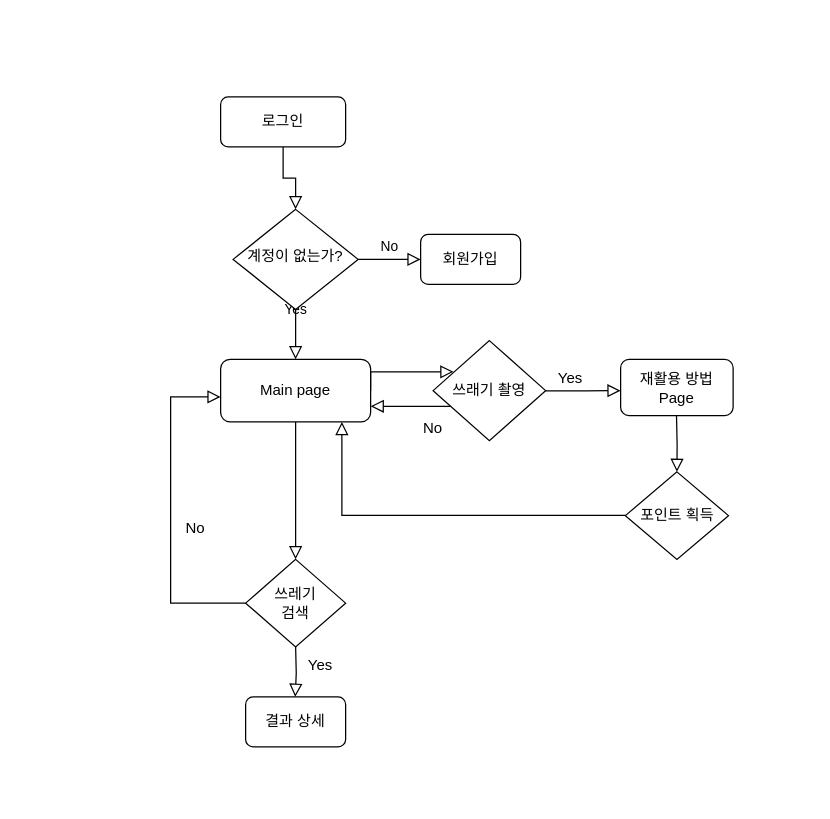
Earlier version of the draw.io diagram 제목 없는 다이어그램.drawio (TeamMiso/Miso_draw). Source tidied: cells renumbered, new cells numbered last; positions are measured from the earlier drawing's top-left corner, leaving out a move shared by most shapes. Both pictures are drawn from the tidied source at 125%, with x=0, y=0 at pixel (170, 96).
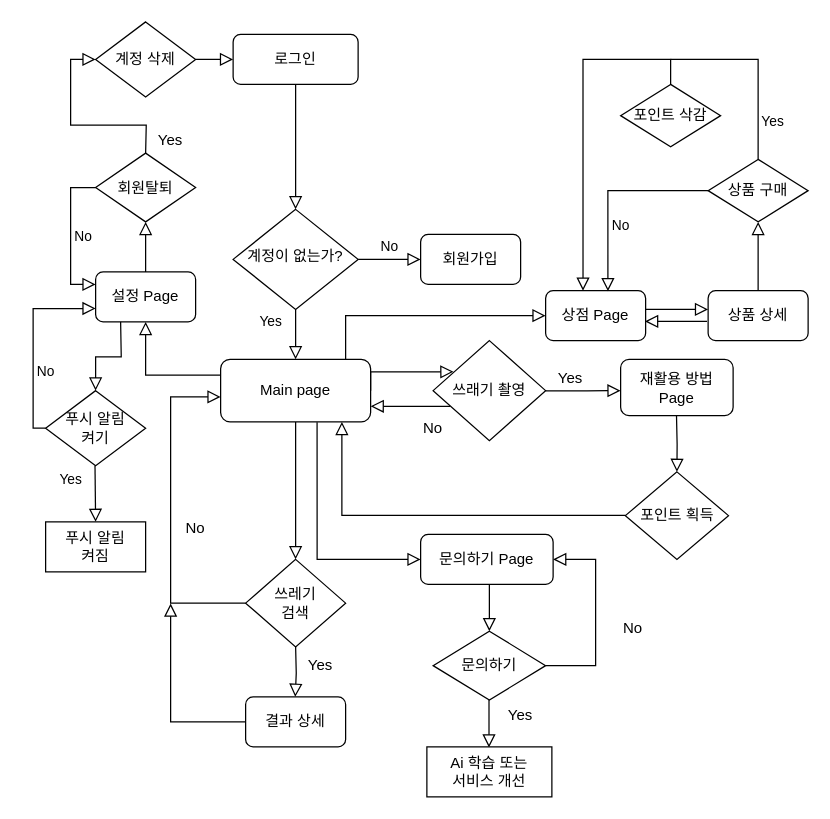
After the change.

Commit message:
제목 없는 다이어그램.drawio 업데이트

Unchanged cells that the change refers to:
```xml
<mxCell id="6" value="계정이 없는가?" style="rhombus;whiteSpace=wrap;html=1;shadow=0;fontFamily=Helvetica;fontSize=12;align=center;strokeWidth=1;spacing=6;spacingTop=-4;" parent="1" vertex="1">
  <mxGeometry x="50" y="90" width="100" height="80" as="geometry" />
</mxCell>
<mxCell id="9" value="Main page" style="rounded=1;whiteSpace=wrap;html=1;" parent="1" vertex="1">
  <mxGeometry x="40" y="210" width="120" height="50" as="geometry" />
</mxCell>
<mxCell id="21" value="결과 상세" style="rounded=1;whiteSpace=wrap;html=1;" parent="1" vertex="1">
  <mxGeometry x="60" y="480" width="80" height="40" as="geometry" />
</mxCell>
```

What changed in the source:
```diff
@@
     <mxCell id="3" value="로그인" style="rounded=1;whiteSpace=wrap;html=1;fontSize=12;glass=0;strokeWidth=1;shadow=0;" parent="1" vertex="1">
-      <mxGeometry x="40" width="100" height="40" as="geometry" />
+      <mxGeometry x="50" y="-50" width="100" height="40" as="geometry" />
     </mxCell>
     <mxCell id="4" value="Yes" style="rounded=0;html=1;jettySize=auto;fontSize=11;endArrow=block;endFill=0;endSize=8;strokeWidth=1;shadow=0;labelBackgroundColor=none;edgeStyle=orthogonalEdgeStyle;" parent="1" edge="1" source="6">
-      <mxGeometry x="0.01" y="19" relative="1" as="geometry">
+      <mxGeometry x="-0.51" y="-20" relative="1" as="geometry">
         <mxPoint x="100" y="210" as="targetPoint" />
-        <mxPoint y="-1" as="offset" />
       </mxGeometry>
     </mxCell>
@@
+    <mxCell id="26" style="edgeStyle=orthogonalEdgeStyle;rounded=0;html=1;jettySize=auto;fontSize=11;endArrow=block;endFill=0;endSize=8;strokeWidth=1;shadow=0;labelBackgroundColor=none;exitX=0;exitY=0.5;exitDx=0;exitDy=0;" parent="1" edge="1" source="21">
+      <mxGeometry y="10" relative="1" as="geometry">
+        <mxPoint y="405.3" as="targetPoint" />
+        <Array as="points">
+          <mxPoint y="500" />
+        </Array>
+      </mxGeometry>
+    </mxCell>
+    <mxCell id="27" value="문의하기 Page" style="rounded=1;whiteSpace=wrap;html=1;" parent="1" vertex="1">
+      <mxGeometry x="200" y="350" width="106" height="40" as="geometry" />
+    </mxCell>
+    <mxCell id="28" style="edgeStyle=orthogonalEdgeStyle;rounded=0;html=1;jettySize=auto;fontSize=11;endArrow=block;endFill=0;endSize=8;strokeWidth=1;shadow=0;labelBackgroundColor=none;exitX=0.643;exitY=1.005;exitDx=0;exitDy=0;exitPerimeter=0;" parent="1" edge="1" source="9" target="27">
+      <mxGeometry y="10" relative="1" as="geometry">
+        <Array as="points">
+          <mxPoint x="117" y="370" />
+        </Array>
+      </mxGeometry>
+    </mxCell>
+    <mxCell id="29" value="문의하기" style="rhombus;whiteSpace=wrap;html=1;" parent="1" vertex="1">
+      <mxGeometry x="210" y="427.5" width="90" height="55" as="geometry" />
+    </mxCell>
+    <mxCell id="30" style="rounded=0;html=1;jettySize=auto;fontSize=11;endArrow=block;endFill=0;endSize=8;strokeWidth=1;shadow=0;labelBackgroundColor=none;edgeStyle=orthogonalEdgeStyle;entryX=0.5;entryY=0;entryDx=0;entryDy=0;" parent="1" edge="1" target="29">
+      <mxGeometry x="-0.1" y="-10" relative="1" as="geometry">
+        <mxPoint x="255" y="390" as="sourcePoint" />
+      </mxGeometry>
+    </mxCell>
+    <mxCell id="31" value="Yes" style="text;html=1;strokeColor=none;fillColor=none;align=center;verticalAlign=middle;whiteSpace=wrap;rounded=0;" parent="1" vertex="1">
+      <mxGeometry x="260" y="490" width="40" height="10" as="geometry" />
+    </mxCell>
+    <mxCell id="32" style="edgeStyle=orthogonalEdgeStyle;rounded=0;html=1;jettySize=auto;fontSize=11;endArrow=block;endFill=0;endSize=8;strokeWidth=1;shadow=0;labelBackgroundColor=none;exitX=1;exitY=0.5;exitDx=0;exitDy=0;entryX=1;entryY=0.5;entryDx=0;entryDy=0;" parent="1" edge="1" source="29" target="27">
+      <mxGeometry y="10" relative="1" as="geometry">
+        <Array as="points">
+          <mxPoint x="340" y="455" />
+          <mxPoint x="340" y="370" />
+        </Array>
+      </mxGeometry>
+    </mxCell>
+    <mxCell id="33" style="rounded=0;html=1;jettySize=auto;orthogonalLoop=1;fontSize=11;endArrow=block;endFill=0;endSize=8;strokeWidth=1;shadow=0;labelBackgroundColor=none;edgeStyle=orthogonalEdgeStyle;entryX=0.5;entryY=0;entryDx=0;entryDy=0;" parent="1" edge="1">
+      <mxGeometry x="-0.1" y="-10" relative="1" as="geometry">
+        <mxPoint x="254.7" y="482.5" as="sourcePoint" />
+        <mxPoint x="254.7" y="520.5" as="targetPoint" />
+      </mxGeometry>
+    </mxCell>
+    <mxCell id="34" value="No" style="text;html=1;strokeColor=none;fillColor=none;align=center;verticalAlign=middle;whiteSpace=wrap;rounded=0;" parent="1" vertex="1">
+      <mxGeometry x="350" y="420" width="40" height="10" as="geometry" />
+    </mxCell>
+    <mxCell id="35" value="Ai 학습 또는&lt;br&gt;서비스 개선" style="rounded=0;whiteSpace=wrap;html=1;" parent="1" vertex="1">
+      <mxGeometry x="205" y="520" width="100" height="40" as="geometry" />
+    </mxCell>
+    <mxCell id="36" value="상점 Page" style="rounded=1;whiteSpace=wrap;html=1;fontSize=12;glass=0;strokeWidth=1;shadow=0;" parent="1" vertex="1">
+      <mxGeometry x="300" y="155" width="80" height="40" as="geometry" />
+    </mxCell>
+    <mxCell id="37" style="edgeStyle=orthogonalEdgeStyle;rounded=0;html=1;jettySize=auto;fontSize=11;endArrow=block;endFill=0;endSize=8;strokeWidth=1;shadow=0;labelBackgroundColor=none;entryX=0;entryY=0.5;entryDx=0;entryDy=0;" parent="1" edge="1" target="36">
+      <mxGeometry y="10" relative="1" as="geometry">
+        <mxPoint x="140" y="210" as="sourcePoint" />
+        <Array as="points">
+          <mxPoint x="140" y="175" />
+        </Array>
+      </mxGeometry>
+    </mxCell>
+    <mxCell id="38" value="상품 상세" style="rounded=1;whiteSpace=wrap;html=1;fontSize=12;glass=0;strokeWidth=1;shadow=0;" parent="1" vertex="1">
+      <mxGeometry x="430" y="155" width="80" height="40" as="geometry" />
+    </mxCell>
+    <mxCell id="39" style="edgeStyle=orthogonalEdgeStyle;rounded=0;html=1;jettySize=auto;orthogonalLoop=1;fontSize=11;endArrow=block;endFill=0;endSize=8;strokeWidth=1;shadow=0;labelBackgroundColor=none;" parent="1" edge="1">
+      <mxGeometry y="10" relative="1" as="geometry">
+        <mxPoint x="380" y="170" as="sourcePoint" />
+        <mxPoint x="430" y="170" as="targetPoint" />
+      </mxGeometry>
+    </mxCell>
+    <mxCell id="40" style="edgeStyle=orthogonalEdgeStyle;rounded=0;html=1;jettySize=auto;fontSize=11;endArrow=block;endFill=0;endSize=8;strokeWidth=1;shadow=0;labelBackgroundColor=none;entryX=0.994;entryY=0.616;entryDx=0;entryDy=0;entryPerimeter=0;exitX=-0.011;exitY=0.616;exitDx=0;exitDy=0;exitPerimeter=0;" parent="1" edge="1" source="38" target="36">
+      <mxGeometry y="10" relative="1" as="geometry" />
+    </mxCell>
+    <mxCell id="41" value="상품 구매" style="rhombus;whiteSpace=wrap;html=1;" parent="1" vertex="1">
+      <mxGeometry x="430" y="50" width="80" height="50" as="geometry" />
+    </mxCell>
+    <mxCell id="42" value="No" style="edgeStyle=orthogonalEdgeStyle;rounded=0;html=1;jettySize=auto;fontSize=11;endArrow=block;endFill=0;endSize=8;strokeWidth=1;shadow=0;labelBackgroundColor=none;entryX=0.623;entryY=0.012;entryDx=0;entryDy=0;entryPerimeter=0;" parent="1" edge="1" source="41" target="36">
+      <mxGeometry x="0.35" y="10" relative="1" as="geometry" />
+    </mxCell>
+    <mxCell id="43" style="edgeStyle=orthogonalEdgeStyle;rounded=0;html=1;jettySize=auto;fontSize=11;endArrow=block;endFill=0;endSize=8;strokeWidth=1;shadow=0;labelBackgroundColor=none;entryX=0.5;entryY=1;entryDx=0;entryDy=0;exitX=0.5;exitY=0;exitDx=0;exitDy=0;" parent="1" edge="1" source="38" target="41">
+      <mxGeometry y="10" relative="1" as="geometry" />
+    </mxCell>
+    <mxCell id="44" value="&amp;nbsp;Yes" style="rounded=0;html=1;jettySize=auto;fontSize=11;endArrow=block;endFill=0;endSize=8;strokeWidth=1;shadow=0;labelBackgroundColor=none;edgeStyle=orthogonalEdgeStyle;entryX=0.374;entryY=0.003;entryDx=0;entryDy=0;exitX=0.5;exitY=0;exitDx=0;exitDy=0;entryPerimeter=0;" parent="1" edge="1" source="45" target="36">
+      <mxGeometry x="-1" y="-85" relative="1" as="geometry">
+        <mxPoint x="-5" y="30" as="offset" />
+      </mxGeometry>
+    </mxCell>
+    <mxCell id="45" value="포인트 삭감" style="rhombus;whiteSpace=wrap;html=1;" parent="1" vertex="1">
+      <mxGeometry x="360" y="-10" width="80" height="50" as="geometry" />
+    </mxCell>
+    <mxCell id="46" value="설정 Page" style="rounded=1;whiteSpace=wrap;html=1;" parent="1" vertex="1">
+      <mxGeometry x="-60" y="140" width="80" height="40" as="geometry" />
+    </mxCell>
+    <mxCell id="47" style="rounded=0;html=1;jettySize=auto;fontSize=11;endArrow=block;endFill=0;endSize=8;strokeWidth=1;shadow=0;labelBackgroundColor=none;edgeStyle=orthogonalEdgeStyle;entryX=0.5;entryY=1;entryDx=0;entryDy=0;exitX=0;exitY=0.25;exitDx=0;exitDy=0;" parent="1" edge="1" source="9" target="46">
+      <mxGeometry relative="1" as="geometry" />
+    </mxCell>
+    <mxCell id="48" value="회원탈퇴" style="rhombus;whiteSpace=wrap;html=1;" parent="1" vertex="1">
+      <mxGeometry x="-60" y="45" width="80" height="55" as="geometry" />
+    </mxCell>
+    <mxCell id="49" style="rounded=0;html=1;jettySize=auto;fontSize=11;endArrow=block;endFill=0;endSize=8;strokeWidth=1;shadow=0;labelBackgroundColor=none;edgeStyle=orthogonalEdgeStyle;entryX=0.5;entryY=1;entryDx=0;entryDy=0;exitX=0.5;exitY=0;exitDx=0;exitDy=0;" parent="1" edge="1" source="46" target="48">
+      <mxGeometry relative="1" as="geometry" />
+    </mxCell>
+    <mxCell id="50" style="rounded=0;html=1;jettySize=auto;fontSize=11;endArrow=block;endFill=0;endSize=8;strokeWidth=1;shadow=0;labelBackgroundColor=none;edgeStyle=orthogonalEdgeStyle;entryX=0;entryY=0.5;entryDx=0;entryDy=0;" parent="1" edge="1" source="53" target="3">
+      <mxGeometry relative="1" as="geometry">
+        <Array as="points">
+          <mxPoint x="-20" y="-30" />
+        </Array>
+      </mxGeometry>
+    </mxCell>
+    <mxCell id="51" value="Yes" style="text;html=1;strokeColor=none;fillColor=none;align=center;verticalAlign=middle;whiteSpace=wrap;rounded=0;" parent="1" vertex="1">
+      <mxGeometry x="-20" y="30" width="40" height="10" as="geometry" />
+    </mxCell>
+    <mxCell id="52" style="rounded=0;html=1;jettySize=auto;fontSize=11;endArrow=block;endFill=0;endSize=8;strokeWidth=1;shadow=0;labelBackgroundColor=none;edgeStyle=orthogonalEdgeStyle;entryX=0;entryY=0.5;entryDx=0;entryDy=0;" parent="1" edge="1" target="53">
+      <mxGeometry relative="1" as="geometry">
+        <mxPoint x="-20" y="45" as="sourcePoint" />
+      </mxGeometry>
+    </mxCell>
+    <mxCell id="53" value="계정 삭제" style="rhombus;whiteSpace=wrap;html=1;" parent="1" vertex="1">
+      <mxGeometry x="-60" y="-60" width="80" height="60" as="geometry" />
+    </mxCell>
+    <mxCell id="54" value="No" style="edgeStyle=orthogonalEdgeStyle;rounded=0;html=1;jettySize=auto;fontSize=11;endArrow=block;endFill=0;endSize=8;strokeWidth=1;shadow=0;labelBackgroundColor=none;entryX=0;entryY=0.25;entryDx=0;entryDy=0;exitX=0;exitY=0.5;exitDx=0;exitDy=0;" parent="1" edge="1" source="48" target="46">
+      <mxGeometry y="10" relative="1" as="geometry" />
+    </mxCell>
+    <mxCell id="55" value="푸시 알림&lt;br&gt;켜기" style="rhombus;whiteSpace=wrap;html=1;" parent="1" vertex="1">
+      <mxGeometry x="-100" y="235" width="80" height="60" as="geometry" />
+    </mxCell>
+    <mxCell id="56" style="rounded=0;html=1;jettySize=auto;fontSize=11;endArrow=block;endFill=0;endSize=8;strokeWidth=1;shadow=0;labelBackgroundColor=none;edgeStyle=orthogonalEdgeStyle;entryX=0.5;entryY=0;entryDx=0;entryDy=0;" parent="1" edge="1" target="55">
+      <mxGeometry x="0.28" y="-9" relative="1" as="geometry">
+        <mxPoint x="-40" y="180" as="sourcePoint" />
+      </mxGeometry>
+    </mxCell>
+    <mxCell id="57" value="No" style="edgeStyle=orthogonalEdgeStyle;rounded=0;html=1;jettySize=auto;fontSize=11;endArrow=block;endFill=0;endSize=8;strokeWidth=1;shadow=0;labelBackgroundColor=none;exitX=0;exitY=0.5;exitDx=0;exitDy=0;" parent="1" edge="1" source="55">
+      <mxGeometry x="-0.29" y="-10" relative="1" as="geometry">
+        <mxPoint x="-60" y="169.3" as="targetPoint" />
+        <Array as="points">
+          <mxPoint x="-110" y="265" />
+          <mxPoint x="-110" y="170" />
+          <mxPoint x="-60" y="170" />
+        </Array>
+      </mxGeometry>
+    </mxCell>
+    <mxCell id="58" value="Yes" style="rounded=0;html=1;jettySize=auto;fontSize=11;endArrow=block;endFill=0;endSize=8;strokeWidth=1;shadow=0;labelBackgroundColor=none;edgeStyle=orthogonalEdgeStyle;entryX=0.5;entryY=0;entryDx=0;entryDy=0;" parent="1" edge="1" target="59">
+      <mxGeometry x="-0.51" y="-20" relative="1" as="geometry">
+        <mxPoint x="-60.5" y="295" as="sourcePoint" />
+      </mxGeometry>
+    </mxCell>
+    <mxCell id="59" value="푸시 알림&lt;br&gt;켜짐" style="rounded=0;whiteSpace=wrap;html=1;" parent="1" vertex="1">
+      <mxGeometry x="-100" y="340" width="80" height="40" as="geometry" />
+    </mxCell>
+    <mxCell id="60" style="endArrow=none;html=1;rounded=0;entryX=0.5;entryY=0;entryDx=0;entryDy=0;" parent="1" edge="1" target="41">
+      <mxGeometry relative="1" as="geometry">
+        <mxPoint x="400" y="-30" as="sourcePoint" />
+        <Array as="points">
+          <mxPoint x="470" y="-30" />
+        </Array>
+      </mxGeometry>
+    </mxCell>
```
